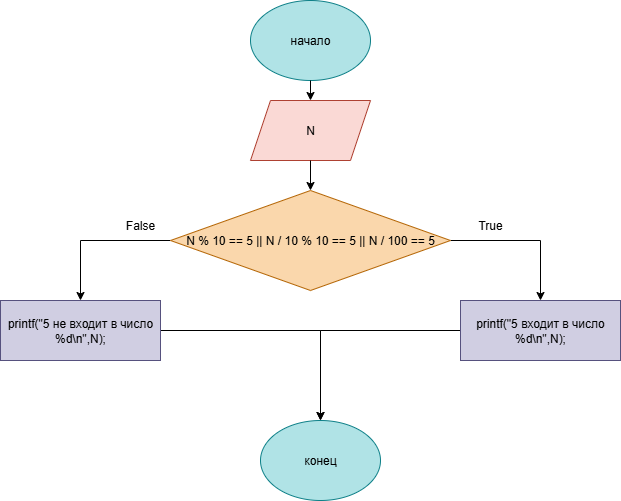
This is условие.drawio.png from ArtemZemlyanukhin/DZ-lab-6new, a draw.io export, as it was before one commit. Source tidied: cells renumbered, new cells last; positions are measured from the earlier drawing's top-left corner, leaving out a move shared by most shapes. The source it was exported from:
```xml
<mxGraphModel>
  <root>
    <mxCell id="0" />
    <mxCell id="1" parent="0" />
    <mxCell id="2" value="начало" style="ellipse;whiteSpace=wrap;html=1;fillColor=#b0e3e6;strokeColor=#0e8088;" parent="1" vertex="1">
      <mxGeometry x="250" width="120" height="80" as="geometry" />
    </mxCell>
    <mxCell id="3" style="endArrow=classic;html=1;rounded=0;exitX=0.5;exitY=1;exitDx=0;exitDy=0;entryX=0.5;entryY=0;entryDx=0;entryDy=0;" parent="1" edge="1" source="2" target="4">
      <mxGeometry relative="1" as="geometry" />
    </mxCell>
    <mxCell id="4" value="N" style="shape=parallelogram;perimeter=parallelogramPerimeter;whiteSpace=wrap;html=1;fixedSize=1;fillColor=#fad9d5;strokeColor=#ae4132;" parent="1" vertex="1">
      <mxGeometry x="250" y="100" width="120" height="60" as="geometry" />
    </mxCell>
    <mxCell id="5" style="edgeStyle=orthogonalEdgeStyle;rounded=0;jettySize=auto;html=1;" parent="1" edge="1" source="7" target="11">
      <mxGeometry relative="1" as="geometry" />
    </mxCell>
    <mxCell id="6" style="edgeStyle=orthogonalEdgeStyle;rounded=0;jettySize=auto;html=1;" parent="1" edge="1" source="7" target="13">
      <mxGeometry relative="1" as="geometry" />
    </mxCell>
    <mxCell id="7" value="N % 10 == 5 || N / 10 % 10 == 5 || N / 100 == 5" style="rhombus;whiteSpace=wrap;html=1;fillColor=#fad7ac;strokeColor=#b46504;" parent="1" vertex="1">
      <mxGeometry x="170" y="190" width="280" height="100" as="geometry" />
    </mxCell>
    <mxCell id="8" style="endArrow=classic;html=1;rounded=0;exitX=0.5;exitY=1;exitDx=0;exitDy=0;entryX=0.5;entryY=0;entryDx=0;entryDy=0;" parent="1" edge="1" source="4" target="7">
      <mxGeometry relative="1" as="geometry" />
    </mxCell>
    <mxCell id="9" value="True" style="text;html=1;align=center;verticalAlign=middle;whiteSpace=wrap;rounded=0;" parent="1" vertex="1">
      <mxGeometry x="460" y="210" width="60" height="30" as="geometry" />
    </mxCell>
    <mxCell id="10" style="edgeStyle=orthogonalEdgeStyle;rounded=0;jettySize=auto;html=1;" parent="1" edge="1" source="11">
      <mxGeometry relative="1" as="geometry">
        <mxPoint x="320" y="420" as="targetPoint" />
      </mxGeometry>
    </mxCell>
    <mxCell id="11" value="printf(&quot;5 входит в число %d\n&quot;,N);" style="whiteSpace=wrap;html=1;fontFamily=Helvetica;fillColor=#d0cee2;strokeColor=#56517e;" parent="1" vertex="1">
      <mxGeometry x="460" y="300" width="160" height="60" as="geometry" />
    </mxCell>
    <mxCell id="12" style="edgeStyle=orthogonalEdgeStyle;rounded=0;jettySize=auto;html=1;" parent="1" edge="1" source="13">
      <mxGeometry relative="1" as="geometry">
        <mxPoint x="320" y="420" as="targetPoint" />
      </mxGeometry>
    </mxCell>
    <mxCell id="13" value="printf(&quot;5 не входит в число %d\n&quot;,N);" style="whiteSpace=wrap;html=1;fillColor=#d0cee2;strokeColor=#56517e;" parent="1" vertex="1">
      <mxGeometry y="300" width="160" height="60" as="geometry" />
    </mxCell>
    <mxCell id="14" value="False" style="text;html=1;align=center;verticalAlign=middle;whiteSpace=wrap;rounded=0;" parent="1" vertex="1">
      <mxGeometry x="110" y="210" width="60" height="30" as="geometry" />
    </mxCell>
    <mxCell id="15" value="конец" style="ellipse;whiteSpace=wrap;html=1;fillColor=#b0e3e6;strokeColor=#0e8088;" parent="1" vertex="1">
      <mxGeometry x="260" y="420" width="120" height="80" as="geometry" />
    </mxCell>
  </root>
</mxGraphModel>
```
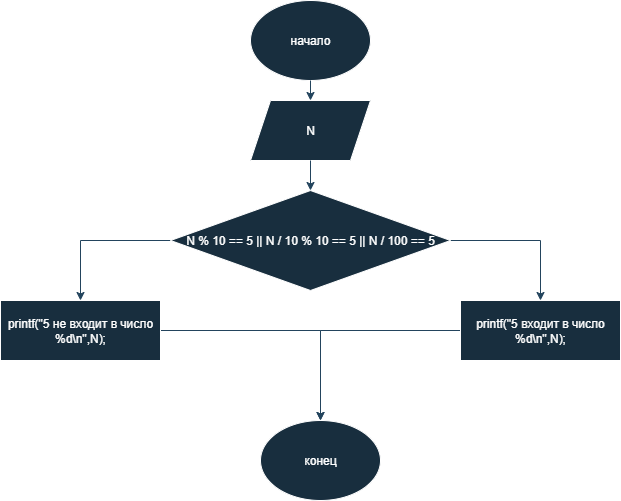
After the commit.

What changed in the source:
```diff
@@ -2,50 +2,50 @@
   <root>
     <mxCell id="0" />
     <mxCell id="1" parent="0" />
-    <mxCell id="2" value="начало" style="ellipse;whiteSpace=wrap;html=1;fillColor=#b0e3e6;strokeColor=#0e8088;" parent="1" vertex="1">
+    <mxCell id="2" value="начало" style="ellipse;whiteSpace=wrap;html=1;fillColor=#182E3E;strokeColor=#FFFFFF;labelBackgroundColor=none;fontColor=#FFFFFF;" parent="1" vertex="1">
       <mxGeometry x="250" width="120" height="80" as="geometry" />
     </mxCell>
-    <mxCell id="3" style="endArrow=classic;html=1;rounded=0;exitX=0.5;exitY=1;exitDx=0;exitDy=0;entryX=0.5;entryY=0;entryDx=0;entryDy=0;" parent="1" edge="1" source="2" target="4">
+    <mxCell id="3" style="endArrow=classic;html=1;rounded=0;exitX=0.5;exitY=1;exitDx=0;exitDy=0;entryX=0.5;entryY=0;entryDx=0;entryDy=0;labelBackgroundColor=none;strokeColor=#23445D;fontColor=default;" parent="1" edge="1" source="2" target="4">
       <mxGeometry relative="1" as="geometry" />
     </mxCell>
-    <mxCell id="4" value="N" style="shape=parallelogram;perimeter=parallelogramPerimeter;whiteSpace=wrap;html=1;fixedSize=1;fillColor=#fad9d5;strokeColor=#ae4132;" parent="1" vertex="1">
+    <mxCell id="4" value="N" style="shape=parallelogram;perimeter=parallelogramPerimeter;whiteSpace=wrap;html=1;fixedSize=1;fillColor=#182E3E;strokeColor=#FFFFFF;labelBackgroundColor=none;fontColor=#FFFFFF;" parent="1" vertex="1">
       <mxGeometry x="250" y="100" width="120" height="60" as="geometry" />
     </mxCell>
-    <mxCell id="5" style="edgeStyle=orthogonalEdgeStyle;rounded=0;jettySize=auto;html=1;" parent="1" edge="1" source="7" target="11">
+    <mxCell id="5" style="edgeStyle=orthogonalEdgeStyle;rounded=0;jettySize=auto;html=1;labelBackgroundColor=none;strokeColor=#23445D;fontColor=default;" parent="1" edge="1" source="7" target="11">
       <mxGeometry relative="1" as="geometry" />
     </mxCell>
-    <mxCell id="6" style="edgeStyle=orthogonalEdgeStyle;rounded=0;jettySize=auto;html=1;" parent="1" edge="1" source="7" target="13">
+    <mxCell id="6" style="edgeStyle=orthogonalEdgeStyle;rounded=0;jettySize=auto;html=1;labelBackgroundColor=none;strokeColor=#23445D;fontColor=default;" parent="1" edge="1" source="7" target="13">
       <mxGeometry relative="1" as="geometry" />
     </mxCell>
-    <mxCell id="7" value="N % 10 == 5 || N / 10 % 10 == 5 || N / 100 == 5" style="rhombus;whiteSpace=wrap;html=1;fillColor=#fad7ac;strokeColor=#b46504;" parent="1" vertex="1">
+    <mxCell id="7" value="N % 10 == 5 || N / 10 % 10 == 5 || N / 100 == 5" style="rhombus;whiteSpace=wrap;html=1;fillColor=#182E3E;strokeColor=#FFFFFF;labelBackgroundColor=none;fontColor=#FFFFFF;" parent="1" vertex="1">
       <mxGeometry x="170" y="190" width="280" height="100" as="geometry" />
     </mxCell>
-    <mxCell id="8" style="endArrow=classic;html=1;rounded=0;exitX=0.5;exitY=1;exitDx=0;exitDy=0;entryX=0.5;entryY=0;entryDx=0;entryDy=0;" parent="1" edge="1" source="4" target="7">
+    <mxCell id="8" style="endArrow=classic;html=1;rounded=0;exitX=0.5;exitY=1;exitDx=0;exitDy=0;entryX=0.5;entryY=0;entryDx=0;entryDy=0;labelBackgroundColor=none;strokeColor=#23445D;fontColor=default;" parent="1" edge="1" source="4" target="7">
       <mxGeometry relative="1" as="geometry" />
     </mxCell>
-    <mxCell id="9" value="True" style="text;html=1;align=center;verticalAlign=middle;whiteSpace=wrap;rounded=0;" parent="1" vertex="1">
+    <mxCell id="9" value="True" style="text;html=1;align=center;verticalAlign=middle;whiteSpace=wrap;rounded=0;labelBackgroundColor=none;fontColor=#FFFFFF;" parent="1" vertex="1">
       <mxGeometry x="460" y="210" width="60" height="30" as="geometry" />
     </mxCell>
-    <mxCell id="10" style="edgeStyle=orthogonalEdgeStyle;rounded=0;jettySize=auto;html=1;" parent="1" edge="1" source="11">
+    <mxCell id="10" style="edgeStyle=orthogonalEdgeStyle;rounded=0;jettySize=auto;html=1;labelBackgroundColor=none;strokeColor=#23445D;fontColor=default;" parent="1" edge="1" source="11">
       <mxGeometry relative="1" as="geometry">
         <mxPoint x="320" y="420" as="targetPoint" />
       </mxGeometry>
     </mxCell>
-    <mxCell id="11" value="printf(&quot;5 входит в число %d\n&quot;,N);" style="whiteSpace=wrap;html=1;fontFamily=Helvetica;fillColor=#d0cee2;strokeColor=#56517e;" parent="1" vertex="1">
+    <mxCell id="11" value="printf(&quot;5 входит в число %d\n&quot;,N);" style="whiteSpace=wrap;html=1;fontFamily=Helvetica;fillColor=#182E3E;strokeColor=#FFFFFF;labelBackgroundColor=none;fontColor=#FFFFFF;" parent="1" vertex="1">
       <mxGeometry x="460" y="300" width="160" height="60" as="geometry" />
     </mxCell>
-    <mxCell id="12" style="edgeStyle=orthogonalEdgeStyle;rounded=0;jettySize=auto;html=1;" parent="1" edge="1" source="13">
+    <mxCell id="12" style="edgeStyle=orthogonalEdgeStyle;rounded=0;jettySize=auto;html=1;labelBackgroundColor=none;strokeColor=#23445D;fontColor=default;" parent="1" edge="1" source="13">
       <mxGeometry relative="1" as="geometry">
         <mxPoint x="320" y="420" as="targetPoint" />
       </mxGeometry>
     </mxCell>
-    <mxCell id="13" value="printf(&quot;5 не входит в число %d\n&quot;,N);" style="whiteSpace=wrap;html=1;fillColor=#d0cee2;strokeColor=#56517e;" parent="1" vertex="1">
+    <mxCell id="13" value="printf(&quot;5 не входит в число %d\n&quot;,N);" style="whiteSpace=wrap;html=1;fillColor=#182E3E;strokeColor=#FFFFFF;labelBackgroundColor=none;fontColor=#FFFFFF;" parent="1" vertex="1">
       <mxGeometry y="300" width="160" height="60" as="geometry" />
     </mxCell>
-    <mxCell id="14" value="False" style="text;html=1;align=center;verticalAlign=middle;whiteSpace=wrap;rounded=0;" parent="1" vertex="1">
+    <mxCell id="14" value="False" style="text;html=1;align=center;verticalAlign=middle;whiteSpace=wrap;rounded=0;labelBackgroundColor=none;fontColor=#FFFFFF;" parent="1" vertex="1">
       <mxGeometry x="110" y="210" width="60" height="30" as="geometry" />
     </mxCell>
-    <mxCell id="15" value="конец" style="ellipse;whiteSpace=wrap;html=1;fillColor=#b0e3e6;strokeColor=#0e8088;" parent="1" vertex="1">
+    <mxCell id="15" value="конец" style="ellipse;whiteSpace=wrap;html=1;fillColor=#182E3E;strokeColor=#FFFFFF;labelBackgroundColor=none;fontColor=#FFFFFF;" parent="1" vertex="1">
       <mxGeometry x="260" y="420" width="120" height="80" as="geometry" />
     </mxCell>
   </root>
```
